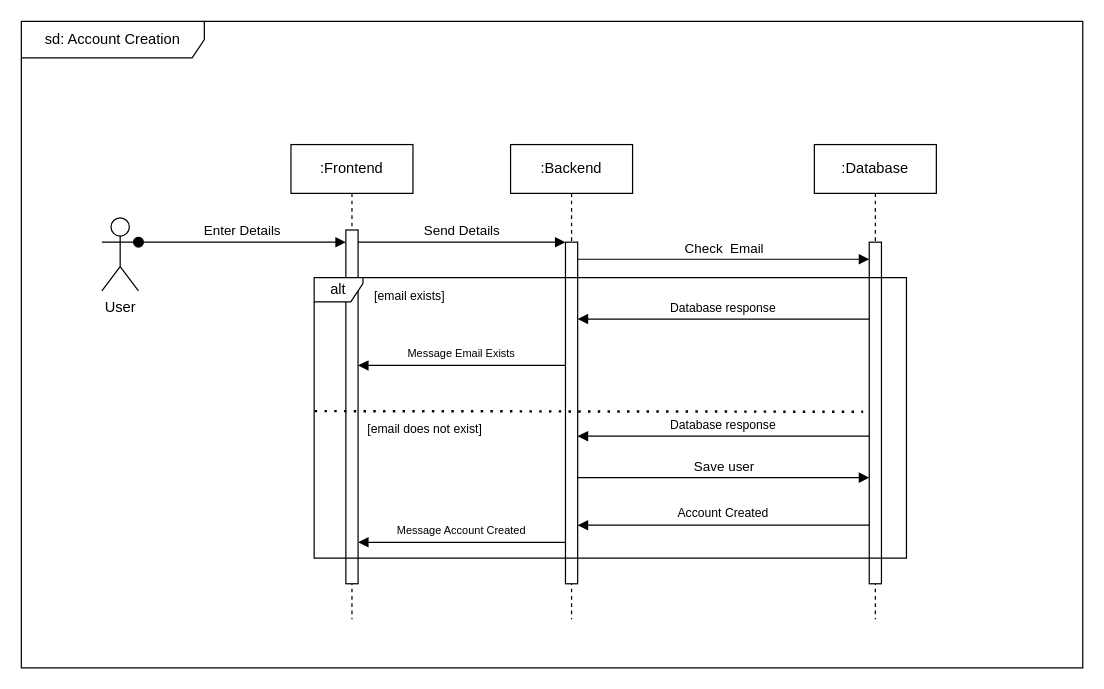
The draw.io diagram page "Account Creation" (1 of 2) of 02_Diagrams/CreatingAccount.drawio in UbuntuLink/Geekulcha_Hackathon26, before the edit. Source tidied: cells renumbered, new cells numbered last; positions are measured from the earlier drawing's top-left corner, leaving out a move shared by most shapes. Both pictures are drawn from the tidied source at 122%, with x=0, y=0 at pixel (21, 21).
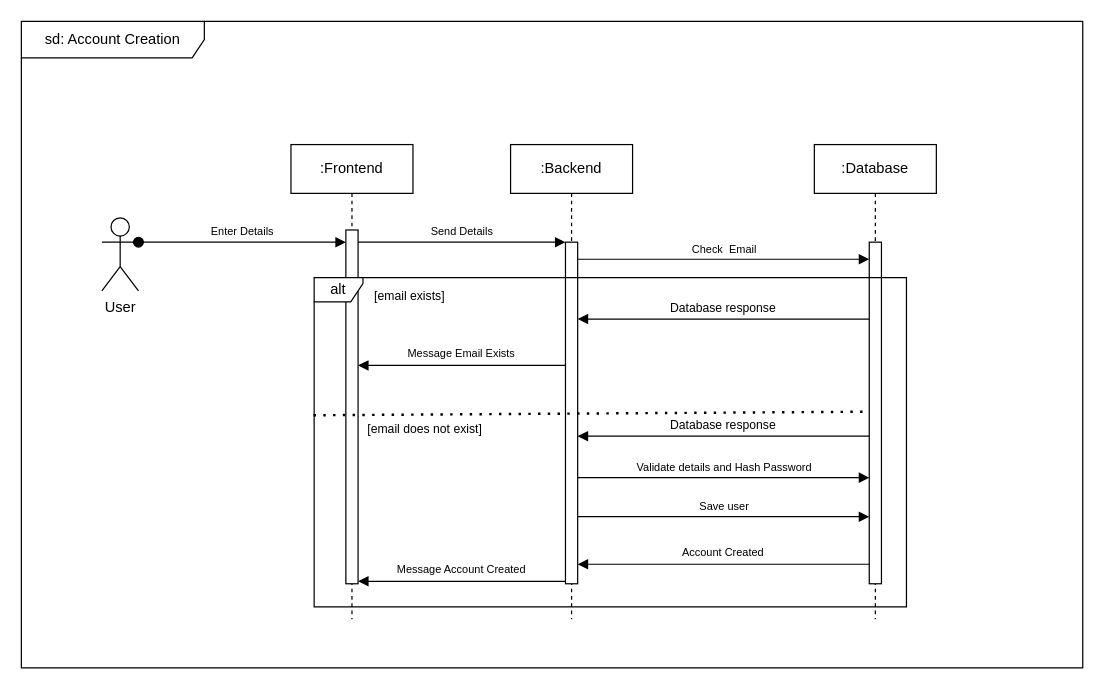
After the change.

Commit message:
Updated the Sequence diagram CreatingAccount

The change refers to these unchanged cells:
```xml
<mxCell id="3" style="html=1;points=[];perimeter=orthogonalPerimeter;outlineConnect=0;targetShapes=umlLifeline;portConstraint=eastwest;newEdgeStyle={&quot;edgeStyle&quot;:&quot;elbowEdgeStyle&quot;,&quot;elbow&quot;:&quot;vertical&quot;,&quot;curved&quot;:0,&quot;rounded&quot;:0};" parent="2" vertex="1">
  <mxGeometry x="45" y="70" width="10" height="290" as="geometry" />
</mxCell>
<mxCell id="5" style="html=1;points=[];perimeter=orthogonalPerimeter;outlineConnect=0;targetShapes=umlLifeline;portConstraint=eastwest;newEdgeStyle={&quot;edgeStyle&quot;:&quot;elbowEdgeStyle&quot;,&quot;elbow&quot;:&quot;vertical&quot;,&quot;curved&quot;:0,&quot;rounded&quot;:0};" parent="4" vertex="1">
  <mxGeometry x="45" y="80" width="10" height="280" as="geometry" />
</mxCell>
<mxCell id="8" style="html=1;points=[];perimeter=orthogonalPerimeter;outlineConnect=0;targetShapes=umlLifeline;portConstraint=eastwest;newEdgeStyle={&quot;edgeStyle&quot;:&quot;elbowEdgeStyle&quot;,&quot;elbow&quot;:&quot;vertical&quot;,&quot;curved&quot;:0,&quot;rounded&quot;:0};" parent="7" vertex="1">
  <mxGeometry x="45" y="80" width="10" height="280" as="geometry" />
</mxCell>
<mxCell id="9" value="User" style="shape=umlActor;verticalLabelPosition=bottom;verticalAlign=top;html=1;outlineConnect=0;" parent="1" vertex="1">
  <mxGeometry x="66" y="161" width="30" height="60" as="geometry" />
</mxCell>
```

The edit, as a diff of the source:
```diff
@@
-    <mxCell id="6" value="Send Details" style="html=1;verticalAlign=bottom;endArrow=block;edgeStyle=elbowEdgeStyle;elbow=vertical;curved=0;rounded=0;" parent="1" edge="1" source="3" target="5">
+    <mxCell id="6" value="&lt;font style=&quot;font-size: 9px;&quot;&gt;Send Details&lt;/font&gt;" style="html=1;verticalAlign=bottom;endArrow=block;edgeStyle=elbowEdgeStyle;elbow=vertical;curved=0;rounded=0;" parent="1" edge="1" source="3" target="5">
       <mxGeometry relative="1" as="geometry">
         <Array as="points">
           <mxPoint x="361" y="181" />
         </Array>
       </mxGeometry>
     </mxCell>
@@
-    <mxCell id="10" value="Enter Details" style="html=1;verticalAlign=bottom;startArrow=oval;endArrow=block;startSize=8;edgeStyle=elbowEdgeStyle;elbow=vertical;curved=0;rounded=0;exitX=1;exitY=0.3333333333333333;exitDx=0;exitDy=0;exitPerimeter=0;" parent="1" edge="1" source="9" target="3">
+    <mxCell id="10" value="&lt;font style=&quot;font-size: 9px;&quot;&gt;Enter Details&lt;/font&gt;" style="html=1;verticalAlign=bottom;startArrow=oval;endArrow=block;startSize=8;edgeStyle=elbowEdgeStyle;elbow=vertical;curved=0;rounded=0;exitX=1;exitY=0.3333333333333333;exitDx=0;exitDy=0;exitPerimeter=0;" parent="1" edge="1" source="9" target="3">
       <mxGeometry relative="1" as="geometry" />
     </mxCell>
-    <mxCell id="11" value="Check&amp;nbsp; Email" style="html=1;verticalAlign=bottom;endArrow=block;edgeStyle=elbowEdgeStyle;elbow=vertical;curved=0;rounded=0;" parent="1" edge="1" target="8">
+    <mxCell id="11" value="&lt;font style=&quot;font-size: 9px;&quot;&gt;Check&amp;nbsp; Email&lt;/font&gt;" style="html=1;verticalAlign=bottom;endArrow=block;edgeStyle=elbowEdgeStyle;elbow=vertical;curved=0;rounded=0;" parent="1" edge="1" target="8">
       <mxGeometry relative="1" as="geometry">
         <mxPoint x="456" y="195" as="sourcePoint" />
         <Array as="points">
           <mxPoint x="551" y="195" />
         </Array>
       </mxGeometry>
     </mxCell>
-    <mxCell id="12" value="Save user" style="html=1;verticalAlign=bottom;endArrow=block;edgeStyle=elbowEdgeStyle;elbow=vertical;curved=0;rounded=0;" parent="1" edge="1">
+    <mxCell id="12" value="&lt;font style=&quot;font-size: 9px;&quot;&gt;Save user&lt;/font&gt;" style="html=1;verticalAlign=bottom;endArrow=block;edgeStyle=elbowEdgeStyle;elbow=vertical;curved=0;rounded=0;" parent="1" edge="1">
       <mxGeometry relative="1" as="geometry">
-        <mxPoint x="456" y="374" as="sourcePoint" />
-        <mxPoint x="695" y="374" as="targetPoint" />
+        <mxPoint x="456" y="406" as="sourcePoint" />
+        <mxPoint x="695" y="406" as="targetPoint" />
         <Array as="points">
-          <mxPoint x="551" y="374" />
+          <mxPoint x="551" y="406" />
         </Array>
       </mxGeometry>
     </mxCell>
@@
     <mxCell id="16" style="group;" parent="1" vertex="1">
-      <mxGeometry x="456" y="389" width="239" height="30" as="geometry" />
+      <mxGeometry x="456" y="421" width="239" height="30" as="geometry" />
     </mxCell>
@@
-    <mxCell id="18" value="&lt;font style=&quot;font-size: 10px;&quot;&gt;Account Created&lt;/font&gt;" style="text;html=1;whiteSpace=wrap;strokeColor=none;fillColor=none;align=center;verticalAlign=middle;rounded=0;" parent="16" vertex="1">
+    <mxCell id="18" value="&lt;font style=&quot;font-size: 9px;&quot;&gt;Account Created&lt;/font&gt;" style="text;html=1;whiteSpace=wrap;strokeColor=none;fillColor=none;align=center;verticalAlign=middle;rounded=0;" parent="16" vertex="1">
       <mxGeometry x="42.2" y="-1" width="154.6" height="30" as="geometry" />
     </mxCell>
     <mxCell id="19" style="group;" parent="1" vertex="1">
-      <mxGeometry x="276" y="403" width="170" height="30" as="geometry" />
+      <mxGeometry x="276" y="435" width="170" height="30" as="geometry" />
     </mxCell>
@@
     <mxCell id="23" value="alt" style="shape=umlFrame;whiteSpace=wrap;html=1;width=40;height=20;" parent="1" vertex="1">
-      <mxGeometry x="240" y="210" width="485.5" height="230" as="geometry" />
+      <mxGeometry x="240" y="210" width="485.5" height="270" as="geometry" />
     </mxCell>
@@
-    <mxCell id="25" style="endArrow=none;dashed=1;html=1;dashPattern=1 3;strokeWidth=2;rounded=0;exitX=0.001;exitY=0.476;exitDx=0;exitDy=0;exitPerimeter=0;" parent="1" edge="1" source="23">
+    <mxCell id="25" style="endArrow=none;dashed=1;html=1;dashPattern=1 3;strokeWidth=2;rounded=0;exitX=-0.001;exitY=0.418;exitDx=0;exitDy=0;exitPerimeter=0;" parent="1" edge="1" source="23">
       <mxGeometry relative="1" as="geometry">
         <mxPoint x="690" y="320" as="targetPoint" />
       </mxGeometry>
     </mxCell>
@@
+    <mxCell id="33" value="&lt;font style=&quot;font-size: 9px;&quot;&gt;Validate details and Hash Password&lt;/font&gt;" style="html=1;verticalAlign=bottom;endArrow=block;edgeStyle=elbowEdgeStyle;elbow=vertical;curved=0;rounded=0;" parent="1" edge="1">
+      <mxGeometry relative="1" as="geometry">
+        <mxPoint x="456" y="374" as="sourcePoint" />
+        <mxPoint x="695" y="374" as="targetPoint" />
+        <Array as="points">
+          <mxPoint x="551" y="374" />
+        </Array>
+      </mxGeometry>
+    </mxCell>
```
